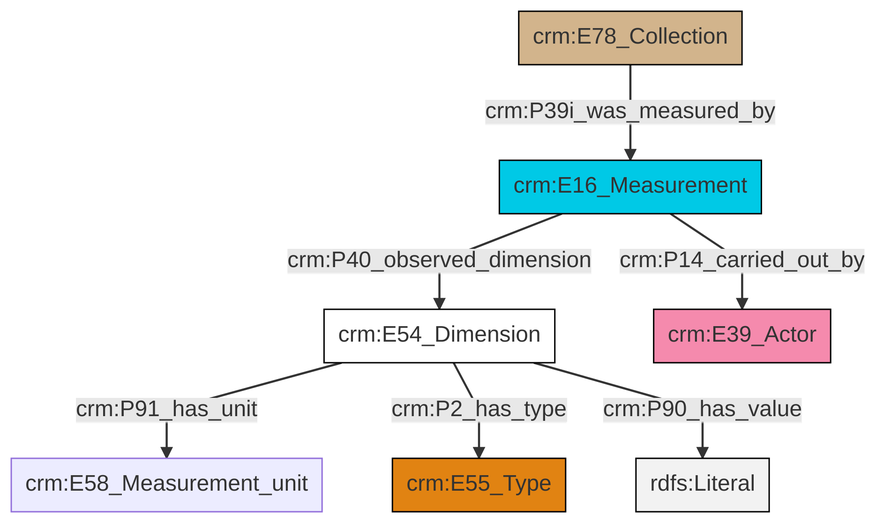
Above: et/archivalCSV/ttl/mmd/png/archival_substance.png in swiss-art-research-net/docs.swissartresearch (Mermaid), before the change. Its source is kept beside it as et/archivalCSV/ttl/mmd/archival_substance.ttl.mmd. Its diagram source:
```mermaid
graph TD
classDef Literal fill:#f2f2f2,stroke:#000000;
classDef CRM_Entity fill:#FFFFFF,stroke:#000000;
classDef Temporal_Entity fill:#00C9E6, stroke:#000000;
classDef Type fill:#E18312, stroke:#000000;
classDef Time-Span fill:#2C9C91, stroke:#000000;
classDef Appellation fill:#FFEB7F, stroke:#000000;
classDef Place fill:#008836, stroke:#000000;
classDef Persistent_Item fill:#B266B2, stroke:#000000;
classDef Conceptual_Object fill:#FFD700, stroke:#000000;
classDef Physical_Thing fill:#D2B48C, stroke:#000000;
classDef Actor fill:#f58aad, stroke:#000000;
classDef PC_Classes fill:#4ce600, stroke:#000000;
classDef Multi fill:#cccccc,stroke:#000000;

2["crm:E54_Dimension"]:::CRM_Entity -->|crm:P91_has_unit| 6["crm:E58_Measurement_unit"]:::Default
2["crm:E54_Dimension"]:::CRM_Entity -->|crm:P2_has_type| 0["crm:E55_Type"]:::Type
7["crm:E78_Collection"]:::Physical_Thing -->|crm:P39i_was_measured_by| 4["crm:E16_Measurement"]:::Temporal_Entity
2["crm:E54_Dimension"]:::CRM_Entity -->|crm:P90_has_value| 10[rdfs:Literal]:::Literal
4["crm:E16_Measurement"]:::Temporal_Entity -->|crm:P14_carried_out_by| 11["crm:E39_Actor"]:::Actor
4["crm:E16_Measurement"]:::Temporal_Entity -->|crm:P40_observed_dimension| 2["crm:E54_Dimension"]:::CRM_Entity
```
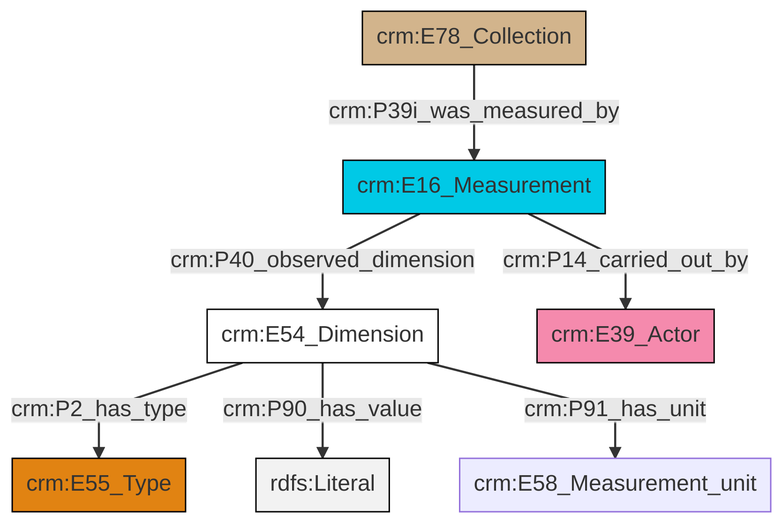
The same file after the commit.

Change to the diagram source:
```diff
@@ -13,9 +13,9 @@
 classDef PC_Classes fill:#4ce600, stroke:#000000;
 classDef Multi fill:#cccccc,stroke:#000000;
 
-2["crm:E54_Dimension"]:::CRM_Entity -->|crm:P91_has_unit| 6["crm:E58_Measurement_unit"]:::Default
-2["crm:E54_Dimension"]:::CRM_Entity -->|crm:P2_has_type| 0["crm:E55_Type"]:::Type
-7["crm:E78_Collection"]:::Physical_Thing -->|crm:P39i_was_measured_by| 4["crm:E16_Measurement"]:::Temporal_Entity
-2["crm:E54_Dimension"]:::CRM_Entity -->|crm:P90_has_value| 10[rdfs:Literal]:::Literal
-4["crm:E16_Measurement"]:::Temporal_Entity -->|crm:P14_carried_out_by| 11["crm:E39_Actor"]:::Actor
-4["crm:E16_Measurement"]:::Temporal_Entity -->|crm:P40_observed_dimension| 2["crm:E54_Dimension"]:::CRM_Entity
+0["crm:E54_Dimension"]:::CRM_Entity -->|crm:P2_has_type| 1["crm:E55_Type"]:::Type
+5["crm:E16_Measurement"]:::Temporal_Entity -->|crm:P14_carried_out_by| 2["crm:E39_Actor"]:::Actor
+7["crm:E78_Collection"]:::Physical_Thing -->|crm:P39i_was_measured_by| 5["crm:E16_Measurement"]:::Temporal_Entity
+0["crm:E54_Dimension"]:::CRM_Entity -->|crm:P90_has_value| 11[rdfs:Literal]:::Literal
+5["crm:E16_Measurement"]:::Temporal_Entity -->|crm:P40_observed_dimension| 0["crm:E54_Dimension"]:::CRM_Entity
+0["crm:E54_Dimension"]:::CRM_Entity -->|crm:P91_has_unit| 9["crm:E58_Measurement_unit"]:::Default
```
